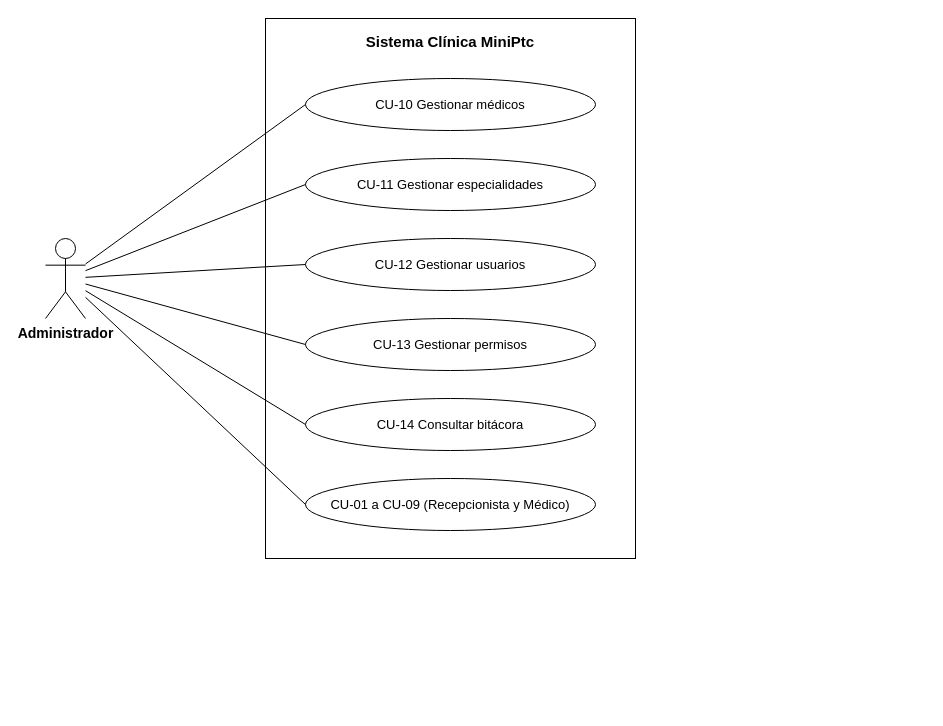
Before: page "Casos de uso - Administrador" (3 of 3) of ClinicaMiniPtc/Documentacion/CasosDeUso_ClinicaMiniPtc.drawio in lefusotf/mini-ptc, a draw.io diagram. Source tidied: cells renumbered, new cells numbered last; positions are measured from the earlier drawing's top-left corner, leaving out a move shared by most shapes. Both pictures are drawn from the tidied source at 100%, with x=0, y=0 at pixel (45, 18).
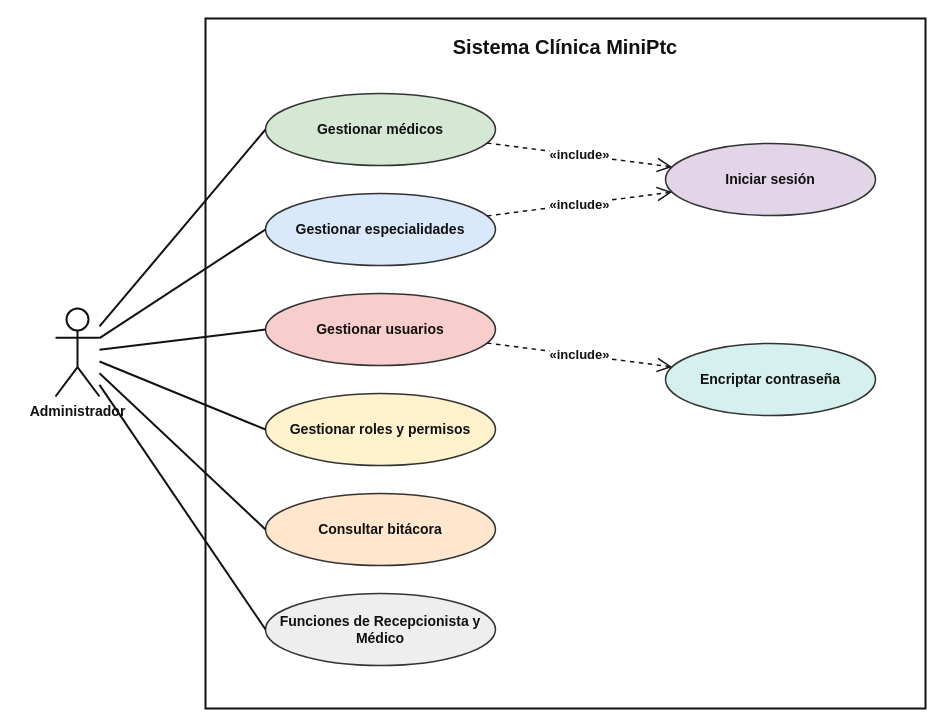
The same page after the edit.

Commit message (it also covers changes not shown here):
Casos de uso en draw.io con el estilo del ejemplo (colores e include/extend)

Change to the diagram source:
```diff
@@
-    <mxCell id="2" value="Sistema Clínica MiniPtc" style="rounded=0;whiteSpace=wrap;html=1;verticalAlign=top;fontStyle=1;fontSize=15;spacingTop=8;strokeColor=#000000;fontColor=#000000;fillColor=#FFFFFF;" parent="1" vertex="1">
-      <mxGeometry x="220" width="370" height="540" as="geometry" />
+    <mxCell id="2" value="Sistema Clínica MiniPtc" style="rounded=0;whiteSpace=wrap;html=1;verticalAlign=top;fontStyle=1;fontSize=20;spacingTop=10;strokeColor=#111111;strokeWidth=2;fillColor=#FFFFFF;fontColor=#111111;" parent="1" vertex="1">
+      <mxGeometry x="160" width="720" height="690" as="geometry" />
     </mxCell>
-    <mxCell id="3" value="Administrador" style="shape=umlActor;verticalLabelPosition=bottom;verticalAlign=top;html=1;outlineConnect=0;fontStyle=1;fontSize=14;strokeColor=#000000;fontColor=#000000;fillColor=#FFFFFF;" parent="1" vertex="1">
-      <mxGeometry y="220" width="40" height="80" as="geometry" />
+    <mxCell id="3" value="Administrador" style="shape=umlActor;verticalLabelPosition=bottom;verticalAlign=top;html=1;outlineConnect=0;fontStyle=1;fontSize=14;strokeColor=#111111;strokeWidth=2;fillColor=#FFFFFF;fontColor=#111111;" parent="1" vertex="1">
+      <mxGeometry x="10" y="290" width="44" height="88" as="geometry" />
     </mxCell>
-    <mxCell id="4" value="CU-10 Gestionar médicos" style="ellipse;shape=ellipse;perimeter=ellipsePerimeter;whiteSpace=wrap;html=1;fontSize=13;strokeColor=#000000;fontColor=#000000;fillColor=#FFFFFF;" parent="1" vertex="1">
-      <mxGeometry x="260" y="60" width="290" height="52" as="geometry" />
-    </mxCell>
-    <mxCell id="5" style="endArrow=none;html=1;strokeColor=#000000;entryX=0;entryY=0.5;entryDx=0;entryDy=0;" parent="1" edge="1" source="3" target="4">
-      <mxGeometry relative="1" as="geometry" />
-    </mxCell>
-    <mxCell id="6" value="CU-11 Gestionar especialidades" style="ellipse;shape=ellipse;perimeter=ellipsePerimeter;whiteSpace=wrap;html=1;fontSize=13;strokeColor=#000000;fontColor=#000000;fillColor=#FFFFFF;" parent="1" vertex="1">
-      <mxGeometry x="260" y="140" width="290" height="52" as="geometry" />
-    </mxCell>
-    <mxCell id="7" style="endArrow=none;html=1;strokeColor=#000000;entryX=0;entryY=0.5;entryDx=0;entryDy=0;" parent="1" edge="1" source="3" target="6">
-      <mxGeometry relative="1" as="geometry" />
-    </mxCell>
-    <mxCell id="8" value="CU-12 Gestionar usuarios" style="ellipse;shape=ellipse;perimeter=ellipsePerimeter;whiteSpace=wrap;html=1;fontSize=13;strokeColor=#000000;fontColor=#000000;fillColor=#FFFFFF;" parent="1" vertex="1">
-      <mxGeometry x="260" y="220" width="290" height="52" as="geometry" />
-    </mxCell>
-    <mxCell id="9" style="endArrow=none;html=1;strokeColor=#000000;entryX=0;entryY=0.5;entryDx=0;entryDy=0;" parent="1" edge="1" source="3" target="8">
-      <mxGeometry relative="1" as="geometry" />
-    </mxCell>
-    <mxCell id="10" value="CU-13 Gestionar permisos" style="ellipse;shape=ellipse;perimeter=ellipsePerimeter;whiteSpace=wrap;html=1;fontSize=13;strokeColor=#000000;fontColor=#000000;fillColor=#FFFFFF;" parent="1" vertex="1">
-      <mxGeometry x="260" y="300" width="290" height="52" as="geometry" />
-    </mxCell>
-    <mxCell id="11" style="endArrow=none;html=1;strokeColor=#000000;entryX=0;entryY=0.5;entryDx=0;entryDy=0;" parent="1" edge="1" source="3" target="10">
-      <mxGeometry relative="1" as="geometry" />
-    </mxCell>
-    <mxCell id="12" value="CU-14 Consultar bitácora" style="ellipse;shape=ellipse;perimeter=ellipsePerimeter;whiteSpace=wrap;html=1;fontSize=13;strokeColor=#000000;fontColor=#000000;fillColor=#FFFFFF;" parent="1" vertex="1">
-      <mxGeometry x="260" y="380" width="290" height="52" as="geometry" />
-    </mxCell>
-    <mxCell id="13" style="endArrow=none;html=1;strokeColor=#000000;entryX=0;entryY=0.5;entryDx=0;entryDy=0;" parent="1" edge="1" source="3" target="12">
-      <mxGeometry relative="1" as="geometry" />
-    </mxCell>
-    <mxCell id="14" value="CU-01 a CU-09 (Recepcionista y Médico)" style="ellipse;shape=ellipse;perimeter=ellipsePerimeter;whiteSpace=wrap;html=1;fontSize=13;strokeColor=#000000;fontColor=#000000;fillColor=#FFFFFF;" parent="1" vertex="1">
-      <mxGeometry x="260" y="460" width="290" height="52" as="geometry" />
-    </mxCell>
-    <mxCell id="15" style="endArrow=none;html=1;strokeColor=#000000;entryX=0;entryY=0.5;entryDx=0;entryDy=0;" parent="1" edge="1" source="3" target="14">
-      <mxGeometry relative="1" as="geometry" />
-    </mxCell>
+    <mxCell id="16" value="Gestionar médicos" style="ellipse;shape=ellipse;perimeter=ellipsePerimeter;whiteSpace=wrap;html=1;fontSize=14;fontStyle=1;strokeColor=#333333;strokeWidth=1.5;fontColor=#111111;fillColor=#D5E8D4;" parent="1" vertex="1">
+      <mxGeometry x="220" y="75" width="230" height="72" as="geometry" />
+    </mxCell>
+    <mxCell id="17" style="endArrow=none;html=1;strokeColor=#111111;strokeWidth=2;entryX=0;entryY=0.5;entryDx=0;entryDy=0;" parent="1" edge="1" source="3" target="16">
+      <mxGeometry relative="1" as="geometry" />
+    </mxCell>
+    <mxCell id="18" value="Gestionar especialidades" style="ellipse;shape=ellipse;perimeter=ellipsePerimeter;whiteSpace=wrap;html=1;fontSize=14;fontStyle=1;strokeColor=#333333;strokeWidth=1.5;fontColor=#111111;fillColor=#DAE8FC;" parent="1" vertex="1">
+      <mxGeometry x="220" y="175" width="230" height="72" as="geometry" />
+    </mxCell>
+    <mxCell id="19" style="endArrow=none;html=1;strokeColor=#111111;strokeWidth=2;entryX=0;entryY=0.5;entryDx=0;entryDy=0;" parent="1" edge="1" source="3" target="18">
+      <mxGeometry relative="1" as="geometry" />
+    </mxCell>
+    <mxCell id="20" value="Gestionar usuarios" style="ellipse;shape=ellipse;perimeter=ellipsePerimeter;whiteSpace=wrap;html=1;fontSize=14;fontStyle=1;strokeColor=#333333;strokeWidth=1.5;fontColor=#111111;fillColor=#F8CECC;" parent="1" vertex="1">
+      <mxGeometry x="220" y="275" width="230" height="72" as="geometry" />
+    </mxCell>
+    <mxCell id="21" style="endArrow=none;html=1;strokeColor=#111111;strokeWidth=2;entryX=0;entryY=0.5;entryDx=0;entryDy=0;" parent="1" edge="1" source="3" target="20">
+      <mxGeometry relative="1" as="geometry" />
+    </mxCell>
+    <mxCell id="22" value="Gestionar roles y permisos" style="ellipse;shape=ellipse;perimeter=ellipsePerimeter;whiteSpace=wrap;html=1;fontSize=14;fontStyle=1;strokeColor=#333333;strokeWidth=1.5;fontColor=#111111;fillColor=#FFF2CC;" parent="1" vertex="1">
+      <mxGeometry x="220" y="375" width="230" height="72" as="geometry" />
+    </mxCell>
+    <mxCell id="23" style="endArrow=none;html=1;strokeColor=#111111;strokeWidth=2;entryX=0;entryY=0.5;entryDx=0;entryDy=0;" parent="1" edge="1" source="3" target="22">
+      <mxGeometry relative="1" as="geometry" />
+    </mxCell>
+    <mxCell id="24" value="Consultar bitácora" style="ellipse;shape=ellipse;perimeter=ellipsePerimeter;whiteSpace=wrap;html=1;fontSize=14;fontStyle=1;strokeColor=#333333;strokeWidth=1.5;fontColor=#111111;fillColor=#FFE6CC;" parent="1" vertex="1">
+      <mxGeometry x="220" y="475" width="230" height="72" as="geometry" />
+    </mxCell>
+    <mxCell id="25" style="endArrow=none;html=1;strokeColor=#111111;strokeWidth=2;entryX=0;entryY=0.5;entryDx=0;entryDy=0;" parent="1" edge="1" source="3" target="24">
+      <mxGeometry relative="1" as="geometry" />
+    </mxCell>
+    <mxCell id="26" value="Funciones de Recepcionista y Médico" style="ellipse;shape=ellipse;perimeter=ellipsePerimeter;whiteSpace=wrap;html=1;fontSize=14;fontStyle=1;strokeColor=#333333;strokeWidth=1.5;fontColor=#111111;fillColor=#EEEEEE;" parent="1" vertex="1">
+      <mxGeometry x="220" y="575" width="230" height="72" as="geometry" />
+    </mxCell>
+    <mxCell id="27" style="endArrow=none;html=1;strokeColor=#111111;strokeWidth=2;entryX=0;entryY=0.5;entryDx=0;entryDy=0;" parent="1" edge="1" source="3" target="26">
+      <mxGeometry relative="1" as="geometry" />
+    </mxCell>
+    <mxCell id="28" value="Iniciar sesión" style="ellipse;shape=ellipse;perimeter=ellipsePerimeter;whiteSpace=wrap;html=1;fontSize=14;fontStyle=1;strokeColor=#333333;strokeWidth=1.5;fontColor=#111111;fillColor=#E1D5E7;" parent="1" vertex="1">
+      <mxGeometry x="620" y="125" width="210" height="72" as="geometry" />
+    </mxCell>
+    <mxCell id="29" value="Encriptar contraseña" style="ellipse;shape=ellipse;perimeter=ellipsePerimeter;whiteSpace=wrap;html=1;fontSize=14;fontStyle=1;strokeColor=#333333;strokeWidth=1.5;fontColor=#111111;fillColor=#D5F0EE;" parent="1" vertex="1">
+      <mxGeometry x="620" y="325" width="210" height="72" as="geometry" />
+    </mxCell>
+    <mxCell id="30" value="«include»" style="endArrow=open;dashed=1;html=1;endFill=0;endSize=12;strokeColor=#111111;strokeWidth=1.5;fontColor=#111111;fontSize=13;fontStyle=1;labelBackgroundColor=#FFFFFF;" parent="1" edge="1" source="16" target="28">
+      <mxGeometry relative="1" as="geometry" />
+    </mxCell>
+    <mxCell id="31" value="«include»" style="endArrow=open;dashed=1;html=1;endFill=0;endSize=12;strokeColor=#111111;strokeWidth=1.5;fontColor=#111111;fontSize=13;fontStyle=1;labelBackgroundColor=#FFFFFF;" parent="1" edge="1" source="18" target="28">
+      <mxGeometry relative="1" as="geometry" />
+    </mxCell>
+    <mxCell id="32" value="«include»" style="endArrow=open;dashed=1;html=1;endFill=0;endSize=12;strokeColor=#111111;strokeWidth=1.5;fontColor=#111111;fontSize=13;fontStyle=1;labelBackgroundColor=#FFFFFF;" parent="1" edge="1" source="20" target="29">
+      <mxGeometry relative="1" as="geometry" />
+    </mxCell>
```
